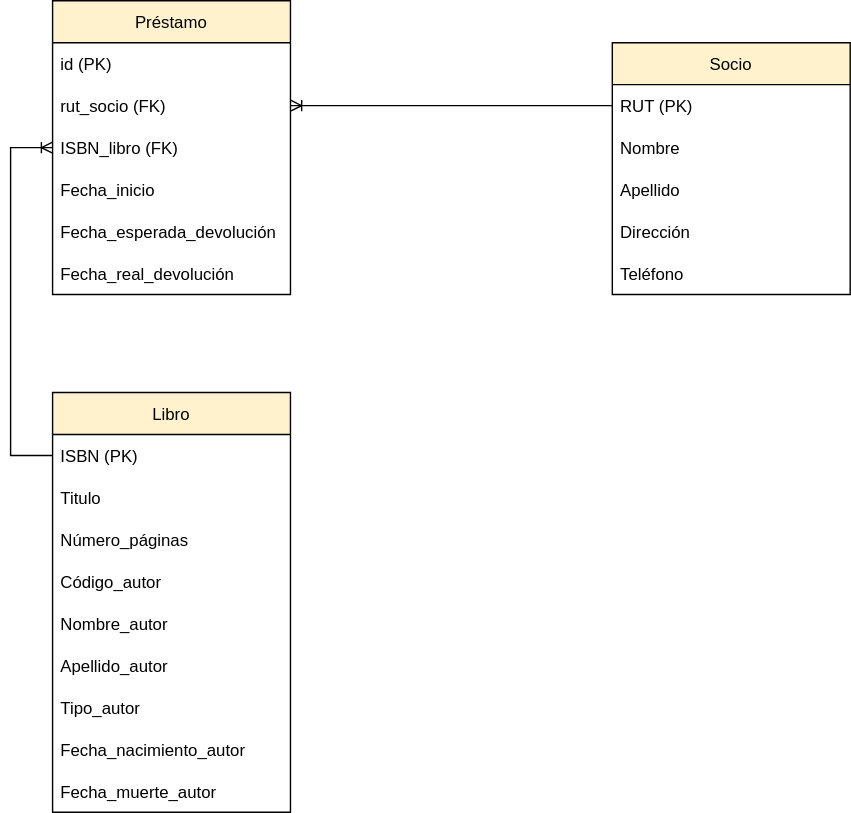
This is Biblioteca1-2.drawio.svg from KarQuis/M5---Prueba, a draw.io export, as it was before one commit. Source tidied: cells renumbered, new cells last; positions are measured from the earlier drawing's top-left corner, leaving out a move shared by most shapes.
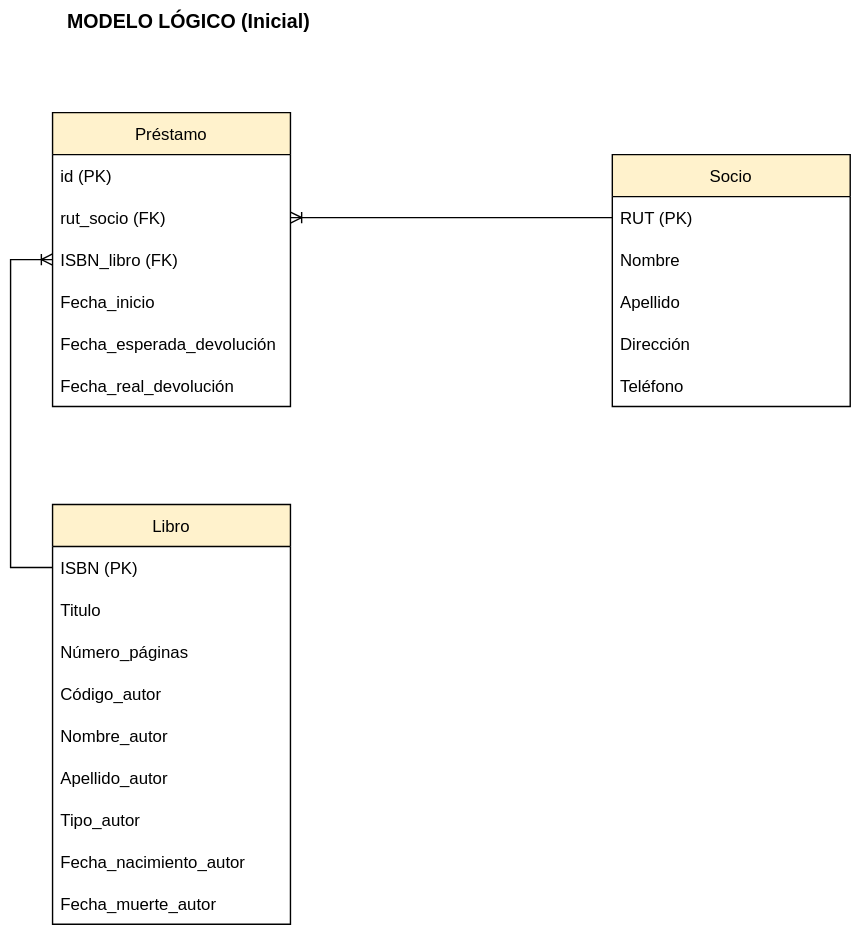
The same file after the commit.

Commit message:
Modelo Lógico - Inicial

Change to the diagram source:
```diff
@@ -82,5 +82,8 @@
         </Array>
       </mxGeometry>
     </mxCell>
+    <mxCell id="27" value="&lt;b&gt;&lt;font style=&quot;font-size: 14px&quot;&gt;MODELO LÓGICO (Inicial)&lt;/font&gt;&lt;/b&gt;" style="text;html=1;strokeColor=none;fillColor=none;align=center;verticalAlign=middle;whiteSpace=wrap;rounded=0;" parent="1" vertex="1">
+      <mxGeometry x="30" y="-80" width="195" height="30" as="geometry" />
+    </mxCell>
   </root>
 </mxGraphModel>
```
